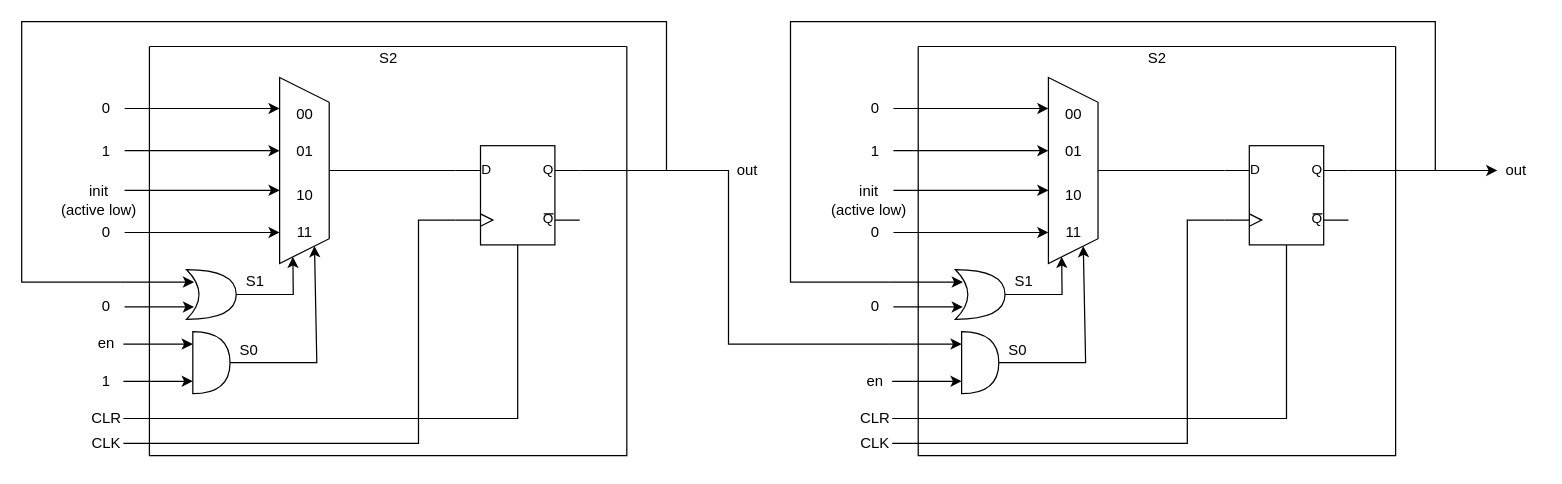
Before: Computer-Aided-Designs-CA3/Diagrams/Counter2bit.drawio in MiladMazaheri83/UT-CAD-ECE536-Portfolio, a draw.io diagram. Source tidied: cells renumbered, new cells numbered last; positions are measured from the earlier drawing's top-left corner, leaving out a move shared by most shapes. Both pictures are drawn from the tidied source at 124%, with x=0, y=0 at pixel (21, 21).
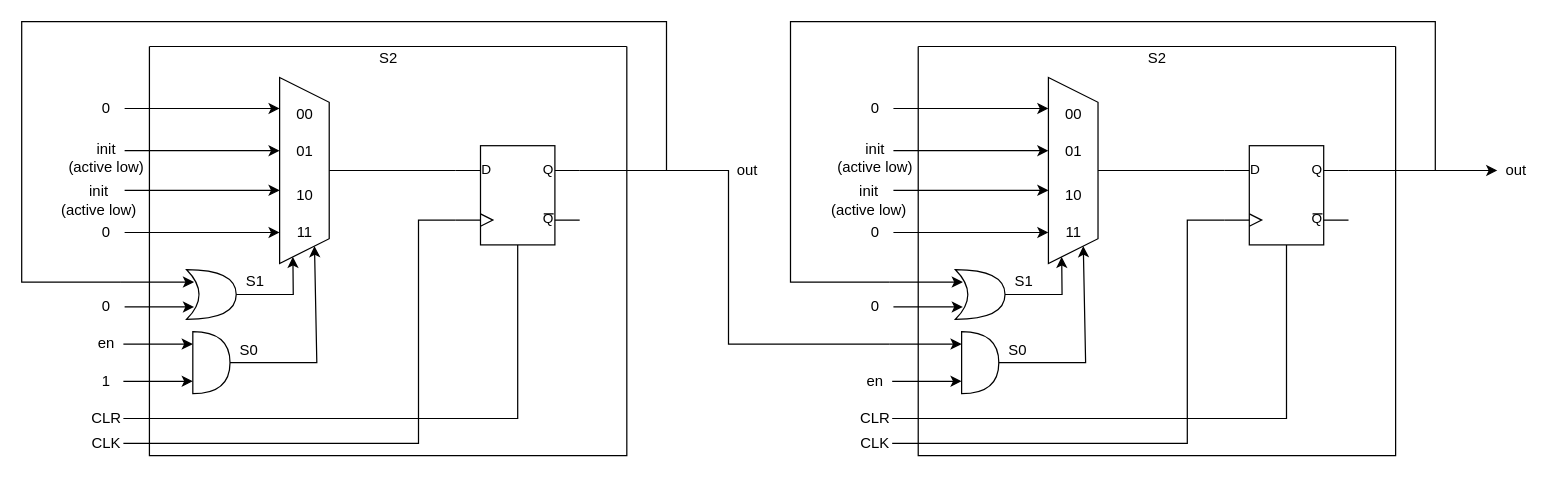
The same page after the edit.

Commit message (it also covers changes not shown here):
Add Counter3bit

What changed in the source:
```diff
@@
-    <mxCell id="32" value="1" style="text;html=1;align=center;verticalAlign=middle;strokeColor=none;fillColor=none;" parent="1" vertex="1">
-      <mxGeometry x="53" y="90" width="30" height="30" as="geometry" />
+    <mxCell id="32" value="init&lt;br&gt;(active low)" style="text;html=1;align=center;verticalAlign=middle;strokeColor=none;fillColor=none;" parent="1" vertex="1">
+      <mxGeometry x="28" y="90" width="80" height="40" as="geometry" />
     </mxCell>
@@
-    <mxCell id="67" value="1" style="text;html=1;align=center;verticalAlign=middle;strokeColor=none;fillColor=none;" parent="1" vertex="1">
-      <mxGeometry x="673" y="90" width="30" height="30" as="geometry" />
+    <mxCell id="67" value="init&lt;br&gt;(active low)" style="text;html=1;align=center;verticalAlign=middle;strokeColor=none;fillColor=none;" parent="1" vertex="1">
+      <mxGeometry x="648" y="90" width="80" height="40" as="geometry" />
     </mxCell>
```
